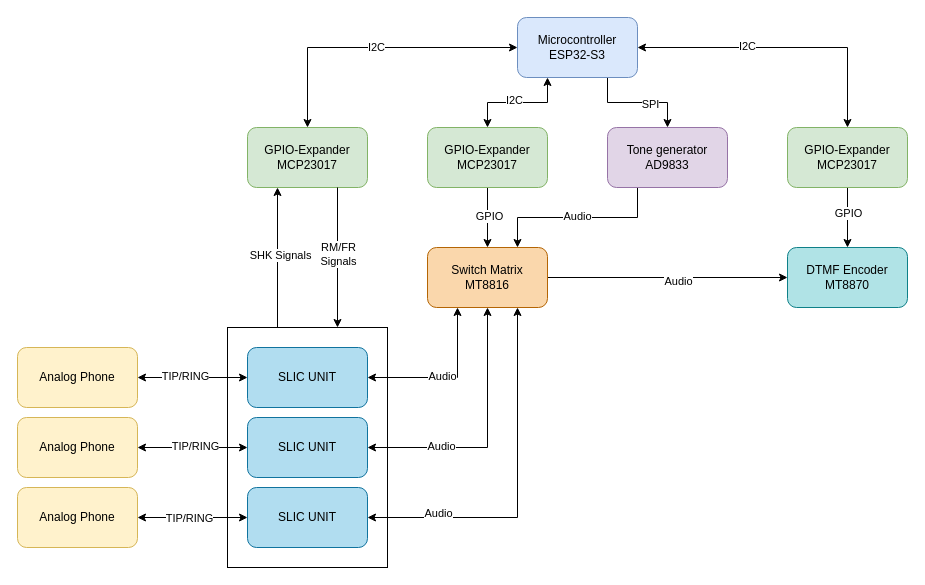
The draw.io diagram docs/Block Diagram Hardware.drawio in ondfrukt/Phone-exchange, before the edit. Source tidied: cells renumbered, new cells numbered last; positions are measured from the earlier drawing's top-left corner, leaving out a move shared by most shapes. Both pictures are drawn from the tidied source at 100%, with x=0, y=0 at pixel (17, 17).
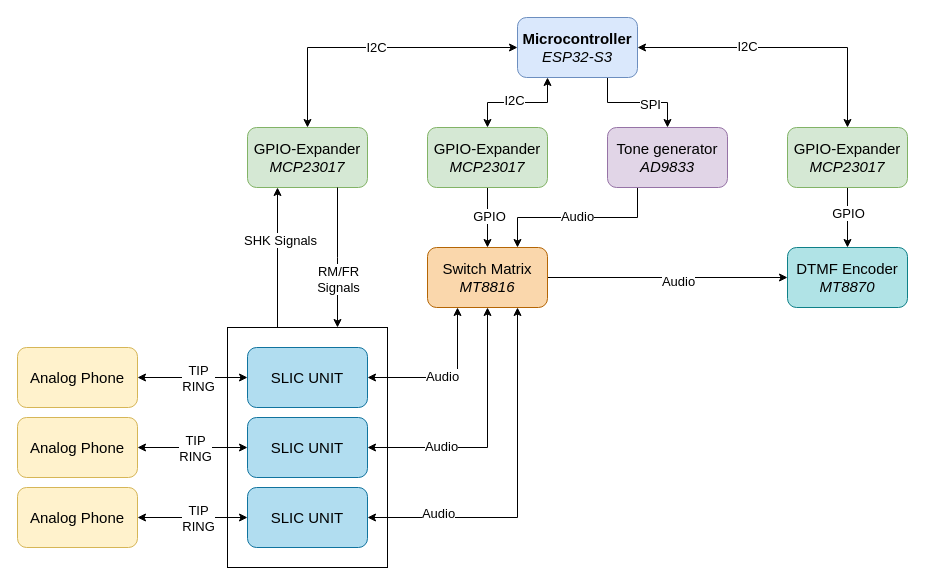
Above is the later version.

Unchanged cells that the change refers to:
```xml
<mxCell id="3" style="edgeStyle=orthogonalEdgeStyle;rounded=0;jettySize=auto;html=1;exitX=0;exitY=0.5;exitDx=0;exitDy=0;startArrow=classic;startFill=1;" parent="1" edge="1" source="11" target="14">
  <mxGeometry relative="1" as="geometry" />
</mxCell>
<mxCell id="5" style="edgeStyle=orthogonalEdgeStyle;rounded=0;jettySize=auto;html=1;exitX=0.25;exitY=1;exitDx=0;exitDy=0;entryX=0.5;entryY=0;entryDx=0;entryDy=0;startArrow=classic;startFill=1;" parent="1" edge="1" source="11" target="17">
  <mxGeometry relative="1" as="geometry" />
</mxCell>
<mxCell id="7" style="edgeStyle=orthogonalEdgeStyle;rounded=0;jettySize=auto;html=1;exitX=1;exitY=0.5;exitDx=0;exitDy=0;entryX=0.5;entryY=0;entryDx=0;entryDy=0;startArrow=classic;startFill=1;" parent="1" edge="1" source="11" target="37">
  <mxGeometry relative="1" as="geometry" />
</mxCell>
<mxCell id="9" style="edgeStyle=orthogonalEdgeStyle;rounded=0;jettySize=auto;html=1;exitX=0.75;exitY=1;exitDx=0;exitDy=0;entryX=0.5;entryY=0;entryDx=0;entryDy=0;" parent="1" edge="1" source="11" target="34">
  <mxGeometry relative="1" as="geometry" />
</mxCell>
<mxCell id="12" style="edgeStyle=orthogonalEdgeStyle;rounded=0;jettySize=auto;html=1;exitX=0.25;exitY=1;exitDx=0;exitDy=0;startArrow=classic;startFill=1;endArrow=none;endFill=0;entryX=0.25;entryY=0;entryDx=0;entryDy=0;" parent="1" edge="1" source="14" target="2">
  <mxGeometry relative="1" as="geometry">
    <Array as="points">
      <mxPoint x="260" y="310" />
    </Array>
  </mxGeometry>
</mxCell>
<mxCell id="15" style="edgeStyle=orthogonalEdgeStyle;rounded=0;jettySize=auto;html=1;exitX=0.5;exitY=1;exitDx=0;exitDy=0;entryX=0.5;entryY=0;entryDx=0;entryDy=0;" parent="1" edge="1" source="17" target="31">
  <mxGeometry relative="1" as="geometry" />
</mxCell>
<mxCell id="19" style="edgeStyle=orthogonalEdgeStyle;rounded=0;jettySize=auto;html=1;exitX=1;exitY=0.5;exitDx=0;exitDy=0;entryX=0.75;entryY=1;entryDx=0;entryDy=0;startArrow=classic;startFill=1;" parent="1" edge="1" source="21" target="31">
  <mxGeometry relative="1" as="geometry" />
</mxCell>
<mxCell id="22" style="edgeStyle=orthogonalEdgeStyle;rounded=0;jettySize=auto;html=1;exitX=1;exitY=0.5;exitDx=0;exitDy=0;entryX=0.5;entryY=1;entryDx=0;entryDy=0;startArrow=classic;startFill=1;" parent="1" edge="1" source="26" target="31">
  <mxGeometry relative="1" as="geometry" />
</mxCell>
<mxCell id="24" style="edgeStyle=orthogonalEdgeStyle;rounded=0;jettySize=auto;html=1;exitX=0.75;exitY=1;exitDx=0;exitDy=0;" parent="1" edge="1" source="14">
  <mxGeometry relative="1" as="geometry">
    <mxPoint x="320" y="310" as="targetPoint" />
  </mxGeometry>
</mxCell>
<mxCell id="27" style="edgeStyle=orthogonalEdgeStyle;rounded=0;jettySize=auto;html=1;exitX=1;exitY=0.5;exitDx=0;exitDy=0;entryX=0;entryY=0.5;entryDx=0;entryDy=0;" parent="1" edge="1" source="31" target="18">
  <mxGeometry relative="1" as="geometry" />
</mxCell>
<mxCell id="29" style="edgeStyle=orthogonalEdgeStyle;rounded=0;jettySize=auto;html=1;exitX=0.25;exitY=1;exitDx=0;exitDy=0;entryX=1;entryY=0.5;entryDx=0;entryDy=0;startArrow=classic;startFill=1;" parent="1" edge="1" source="31" target="44">
  <mxGeometry relative="1" as="geometry" />
</mxCell>
<mxCell id="32" style="edgeStyle=orthogonalEdgeStyle;rounded=0;jettySize=auto;html=1;exitX=0.25;exitY=1;exitDx=0;exitDy=0;entryX=0.75;entryY=0;entryDx=0;entryDy=0;" parent="1" edge="1" source="34" target="31">
  <mxGeometry relative="1" as="geometry" />
</mxCell>
<mxCell id="35" style="edgeStyle=orthogonalEdgeStyle;rounded=0;jettySize=auto;html=1;exitX=0.5;exitY=1;exitDx=0;exitDy=0;" parent="1" edge="1" source="37" target="18">
  <mxGeometry relative="1" as="geometry" />
</mxCell>
<mxCell id="38" style="edgeStyle=orthogonalEdgeStyle;rounded=0;jettySize=auto;html=1;exitX=1;exitY=0.5;exitDx=0;exitDy=0;entryX=0;entryY=0.5;entryDx=0;entryDy=0;startArrow=classic;startFill=1;" parent="1" edge="1" source="40" target="26">
  <mxGeometry relative="1" as="geometry" />
</mxCell>
<mxCell id="41" style="edgeStyle=orthogonalEdgeStyle;rounded=0;jettySize=auto;html=1;exitX=1;exitY=0.5;exitDx=0;exitDy=0;entryX=0;entryY=0.5;entryDx=0;entryDy=0;startArrow=classic;startFill=1;" parent="1" edge="1" source="43" target="21">
  <mxGeometry relative="1" as="geometry" />
</mxCell>
<mxCell id="45" style="edgeStyle=orthogonalEdgeStyle;rounded=0;jettySize=auto;html=1;exitX=1;exitY=0.5;exitDx=0;exitDy=0;entryX=0;entryY=0.5;entryDx=0;entryDy=0;startArrow=classic;startFill=1;" parent="1" edge="1" source="47" target="44">
  <mxGeometry relative="1" as="geometry" />
</mxCell>
```

The edit, as a diff of the source:
```diff
@@
-    <mxCell id="4" value="I2C" style="edgeLabel;html=1;align=center;verticalAlign=middle;" parent="3" vertex="1">
+    <mxCell id="4" value="I2C" style="edgeLabel;html=1;align=center;verticalAlign=middle;fontSize=13;" parent="3" vertex="1">
       <mxGeometry x="-0.02" y="-1" relative="1" as="geometry" />
     </mxCell>
@@
-    <mxCell id="6" value="I2C" style="edgeLabel;html=1;align=center;verticalAlign=middle;" parent="5" vertex="1">
+    <mxCell id="6" value="I2C" style="edgeLabel;html=1;align=center;verticalAlign=middle;fontSize=13;" parent="5" vertex="1">
       <mxGeometry x="0.07" y="-3" relative="1" as="geometry" />
     </mxCell>
@@
-    <mxCell id="8" value="I2C" style="edgeLabel;html=1;align=center;verticalAlign=middle;" parent="7" vertex="1">
+    <mxCell id="8" value="I2C" style="edgeLabel;html=1;align=center;verticalAlign=middle;fontSize=13;" parent="7" vertex="1">
       <mxGeometry x="-0.25" y="2" relative="1" as="geometry" />
     </mxCell>
@@
-    <mxCell id="10" value="SPI" style="edgeLabel;html=1;align=center;verticalAlign=middle;" parent="9" vertex="1">
+    <mxCell id="10" value="SPI" style="edgeLabel;html=1;align=center;verticalAlign=middle;fontSize=13;" parent="9" vertex="1">
       <mxGeometry x="0.22" y="-1" relative="1" as="geometry" />
     </mxCell>
-    <mxCell id="11" value="Microcontroller&lt;br&gt;ESP32-S3" style="rounded=1;whiteSpace=wrap;html=1;fillColor=#dae8fc;strokeColor=#6c8ebf;" parent="1" vertex="1">
+    <mxCell id="11" value="&lt;b&gt;Microcontroller&lt;/b&gt;&lt;br&gt;&lt;i&gt;ESP32-S3&lt;/i&gt;" style="rounded=1;whiteSpace=wrap;html=1;fillColor=#dae8fc;strokeColor=#6c8ebf;fontSize=15;" parent="1" vertex="1">
       <mxGeometry x="500" width="120" height="60" as="geometry" />
     </mxCell>
@@
-    <mxCell id="13" value="SHK Signals" style="edgeLabel;html=1;align=center;verticalAlign=middle;" parent="12" vertex="1">
-      <mxGeometry x="-0.11" y="2" relative="1" as="geometry" />
+    <mxCell id="13" value="SHK Signals" style="edgeLabel;html=1;align=center;verticalAlign=middle;fontSize=13;" parent="12" vertex="1">
+      <mxGeometry x="-0.11" y="2" relative="1" as="geometry">
+        <mxPoint y="-15" as="offset" />
+      </mxGeometry>
     </mxCell>
-    <mxCell id="14" value="GPIO-Expander&lt;br&gt;MCP23017" style="rounded=1;whiteSpace=wrap;html=1;fillColor=#d5e8d4;strokeColor=#82b366;" parent="1" vertex="1">
+    <mxCell id="14" value="GPIO-Expander&lt;br&gt;&lt;i&gt;MCP23017&lt;/i&gt;" style="rounded=1;whiteSpace=wrap;html=1;fillColor=#d5e8d4;strokeColor=#82b366;fontSize=15;" parent="1" vertex="1">
       <mxGeometry x="230" y="110" width="120" height="60" as="geometry" />
     </mxCell>
@@
-    <mxCell id="16" value="GPIO" style="edgeLabel;html=1;align=center;verticalAlign=middle;" parent="15" vertex="1">
+    <mxCell id="16" value="GPIO" style="edgeLabel;html=1;align=center;verticalAlign=middle;fontSize=13;" parent="15" vertex="1">
       <mxGeometry x="-0.08" y="1" relative="1" as="geometry" />
     </mxCell>
-    <mxCell id="17" value="GPIO-Expander&lt;br&gt;MCP23017" style="rounded=1;whiteSpace=wrap;html=1;fillColor=#d5e8d4;strokeColor=#82b366;" parent="1" vertex="1">
+    <mxCell id="17" value="GPIO-Expander&lt;br&gt;&lt;i&gt;MCP23017&lt;/i&gt;" style="rounded=1;whiteSpace=wrap;html=1;fillColor=#d5e8d4;strokeColor=#82b366;fontSize=15;" parent="1" vertex="1">
       <mxGeometry x="410" y="110" width="120" height="60" as="geometry" />
     </mxCell>
-    <mxCell id="18" value="DTMF Encoder&lt;br&gt;MT8870" style="rounded=1;whiteSpace=wrap;html=1;fillColor=#b0e3e6;strokeColor=#0e8088;" parent="1" vertex="1">
+    <mxCell id="18" value="DTMF Encoder&lt;br&gt;&lt;i&gt;MT8870&lt;/i&gt;" style="rounded=1;whiteSpace=wrap;html=1;fillColor=#b0e3e6;strokeColor=#0e8088;fontSize=15;" parent="1" vertex="1">
       <mxGeometry x="770" y="230" width="120" height="60" as="geometry" />
     </mxCell>
@@
-    <mxCell id="20" value="Audio" style="edgeLabel;html=1;align=center;verticalAlign=middle;" parent="19" vertex="1">
+    <mxCell id="20" value="Audio" style="edgeLabel;html=1;align=center;verticalAlign=middle;fontSize=13;" parent="19" vertex="1">
       <mxGeometry x="0.05" y="4" relative="1" as="geometry">
         <mxPoint x="-76" y="34" as="offset" />
       </mxGeometry>
     </mxCell>
-    <mxCell id="21" value="SLIC UNIT" style="rounded=1;whiteSpace=wrap;html=1;fillColor=#b1ddf0;strokeColor=#10739e;" parent="1" vertex="1">
+    <mxCell id="21" value="SLIC UNIT" style="rounded=1;whiteSpace=wrap;html=1;fillColor=#b1ddf0;strokeColor=#10739e;fontSize=15;" parent="1" vertex="1">
       <mxGeometry x="230" y="470" width="120" height="60" as="geometry" />
     </mxCell>
@@
-    <mxCell id="23" value="Audio" style="edgeLabel;html=1;align=center;verticalAlign=middle;" parent="22" vertex="1">
+    <mxCell id="23" value="Audio" style="edgeLabel;html=1;align=center;verticalAlign=middle;fontSize=13;" parent="22" vertex="1">
       <mxGeometry x="-0.06" relative="1" as="geometry">
         <mxPoint x="-47" as="offset" />
       </mxGeometry>
     </mxCell>
@@
-    <mxCell id="25" value="RM/FR&lt;br&gt;Signals" style="edgeLabel;html=1;align=center;verticalAlign=middle;" parent="24" vertex="1">
-      <mxGeometry x="-0.06" relative="1" as="geometry" />
+    <mxCell id="25" value="RM/FR&lt;br&gt;Signals" style="edgeLabel;html=1;align=center;verticalAlign=middle;fontSize=13;" parent="24" vertex="1">
+      <mxGeometry x="-0.06" relative="1" as="geometry">
+        <mxPoint y="25" as="offset" />
+      </mxGeometry>
     </mxCell>
-    <mxCell id="26" value="SLIC UNIT" style="rounded=1;whiteSpace=wrap;html=1;fillColor=#b1ddf0;strokeColor=#10739e;" parent="1" vertex="1">
+    <mxCell id="26" value="SLIC UNIT" style="rounded=1;whiteSpace=wrap;html=1;fillColor=#b1ddf0;strokeColor=#10739e;fontSize=15;" parent="1" vertex="1">
       <mxGeometry x="230" y="400" width="120" height="60" as="geometry" />
     </mxCell>
@@
-    <mxCell id="28" value="Audio" style="edgeLabel;html=1;align=center;verticalAlign=middle;" parent="27" vertex="1">
+    <mxCell id="28" value="Audio" style="edgeLabel;html=1;align=center;verticalAlign=middle;fontSize=13;" parent="27" vertex="1">
       <mxGeometry x="0.08" y="-3" relative="1" as="geometry" />
     </mxCell>
@@
-    <mxCell id="30" value="Audio" style="edgeLabel;html=1;align=center;verticalAlign=middle;" parent="29" vertex="1">
+    <mxCell id="30" value="Audio" style="edgeLabel;html=1;align=center;verticalAlign=middle;fontSize=13;" parent="29" vertex="1">
       <mxGeometry x="0.07" y="-2" relative="1" as="geometry" />
     </mxCell>
-    <mxCell id="31" value="&lt;div style=&quot;&quot;&gt;Switch Matrix&lt;/div&gt;&lt;div style=&quot;&quot;&gt;MT8816&lt;/div&gt;" style="rounded=1;whiteSpace=wrap;html=1;fillColor=#fad7ac;strokeColor=#b46504;align=center;" parent="1" vertex="1">
+    <mxCell id="31" value="&lt;div&gt;Switch Matrix&lt;/div&gt;&lt;div&gt;&lt;i&gt;MT8816&lt;/i&gt;&lt;/div&gt;" style="rounded=1;whiteSpace=wrap;html=1;fillColor=#fad7ac;strokeColor=#b46504;align=center;fontSize=15;" parent="1" vertex="1">
       <mxGeometry x="410" y="230" width="120" height="60" as="geometry" />
     </mxCell>
@@
-    <mxCell id="33" value="Audio" style="edgeLabel;html=1;align=center;verticalAlign=middle;" parent="32" vertex="1">
+    <mxCell id="33" value="Audio" style="edgeLabel;html=1;align=center;verticalAlign=middle;fontSize=13;" parent="32" vertex="1">
       <mxGeometry x="-0.19" y="-2" relative="1" as="geometry">
         <mxPoint x="-18" as="offset" />
       </mxGeometry>
     </mxCell>
-    <mxCell id="34" value="Tone generator&lt;div&gt;AD9833&lt;/div&gt;" style="rounded=1;whiteSpace=wrap;html=1;fillColor=#e1d5e7;strokeColor=#9673a6;" parent="1" vertex="1">
+    <mxCell id="34" value="Tone generator&lt;div&gt;&lt;i&gt;AD9833&lt;/i&gt;&lt;/div&gt;" style="rounded=1;whiteSpace=wrap;html=1;fillColor=#e1d5e7;strokeColor=#9673a6;fontSize=15;" parent="1" vertex="1">
       <mxGeometry x="590" y="110" width="120" height="60" as="geometry" />
     </mxCell>
@@
-    <mxCell id="36" value="GPIO" style="edgeLabel;html=1;align=center;verticalAlign=middle;" parent="35" vertex="1">
+    <mxCell id="36" value="GPIO" style="edgeLabel;html=1;align=center;verticalAlign=middle;fontSize=13;" parent="35" vertex="1">
       <mxGeometry x="-0.16" y="-5" relative="1" as="geometry">
         <mxPoint x="5" as="offset" />
       </mxGeometry>
     </mxCell>
-    <mxCell id="37" value="GPIO-Expander&lt;br&gt;MCP23017" style="rounded=1;whiteSpace=wrap;html=1;fillColor=#d5e8d4;strokeColor=#82b366;" parent="1" vertex="1">
+    <mxCell id="37" value="&lt;font&gt;GPIO-Expander&lt;br&gt;&lt;i&gt;MCP23017&lt;/i&gt;&lt;/font&gt;" style="rounded=1;whiteSpace=wrap;html=1;fillColor=#d5e8d4;strokeColor=#82b366;fontSize=15;" parent="1" vertex="1">
       <mxGeometry x="770" y="110" width="120" height="60" as="geometry" />
     </mxCell>
@@
-    <mxCell id="39" value="TIP/RING" style="edgeLabel;html=1;align=center;verticalAlign=middle;" parent="38" vertex="1">
-      <mxGeometry x="0.04" y="2" relative="1" as="geometry" />
+    <mxCell id="39" value="TIP&lt;div&gt;RING&lt;/div&gt;" style="edgeLabel;html=1;align=center;verticalAlign=middle;fontSize=13;" parent="38" vertex="1">
+      <mxGeometry x="0.04" y="2" relative="1" as="geometry">
+        <mxPoint y="2" as="offset" />
+      </mxGeometry>
     </mxCell>
-    <mxCell id="40" value="Analog Phone" style="rounded=1;whiteSpace=wrap;html=1;fillColor=#fff2cc;strokeColor=#d6b656;" parent="1" vertex="1">
+    <mxCell id="40" value="&lt;font&gt;Analog Phone&lt;/font&gt;" style="rounded=1;whiteSpace=wrap;html=1;fillColor=#fff2cc;strokeColor=#d6b656;fontSize=15;" parent="1" vertex="1">
       <mxGeometry y="400" width="120" height="60" as="geometry" />
     </mxCell>
@@
-    <mxCell id="42" value="TIP/RING" style="edgeLabel;html=1;align=center;verticalAlign=middle;" parent="41" vertex="1">
-      <mxGeometry x="-0.07" relative="1" as="geometry" />
+    <mxCell id="42" value="TIP&lt;div&gt;RING&lt;/div&gt;" style="edgeLabel;html=1;align=center;verticalAlign=middle;fontSize=13;" parent="41" vertex="1">
+      <mxGeometry x="-0.07" relative="1" as="geometry">
+        <mxPoint x="9" as="offset" />
+      </mxGeometry>
     </mxCell>
-    <mxCell id="43" value="Analog Phone" style="rounded=1;whiteSpace=wrap;html=1;fillColor=#fff2cc;strokeColor=#d6b656;" parent="1" vertex="1">
+    <mxCell id="43" value="Analog Phone" style="rounded=1;whiteSpace=wrap;html=1;fillColor=#fff2cc;strokeColor=#d6b656;fontSize=15;" parent="1" vertex="1">
       <mxGeometry y="470" width="120" height="60" as="geometry" />
     </mxCell>
-    <mxCell id="44" value="SLIC UNIT" style="rounded=1;whiteSpace=wrap;html=1;fillColor=#b1ddf0;strokeColor=#10739e;" parent="1" vertex="1">
+    <mxCell id="44" value="SLIC UNIT" style="rounded=1;whiteSpace=wrap;html=1;fillColor=#b1ddf0;strokeColor=#10739e;fontSize=15;" parent="1" vertex="1">
       <mxGeometry x="230" y="330" width="120" height="60" as="geometry" />
     </mxCell>
@@
-    <mxCell id="46" value="TIP/RING" style="edgeLabel;html=1;align=center;verticalAlign=middle;" parent="45" vertex="1">
-      <mxGeometry x="-0.15" y="2" relative="1" as="geometry" />
+    <mxCell id="46" value="TIP&lt;div&gt;RING&lt;/div&gt;" style="edgeLabel;html=1;align=center;verticalAlign=middle;fontSize=13;" parent="45" vertex="1">
+      <mxGeometry x="-0.15" y="2" relative="1" as="geometry">
+        <mxPoint x="13" y="2" as="offset" />
+      </mxGeometry>
     </mxCell>
-    <mxCell id="47" value="Analog Phone" style="rounded=1;whiteSpace=wrap;html=1;fillColor=#fff2cc;strokeColor=#d6b656;" parent="1" vertex="1">
+    <mxCell id="47" value="&lt;font&gt;Analog Phone&lt;/font&gt;" style="rounded=1;whiteSpace=wrap;html=1;fillColor=#fff2cc;strokeColor=#d6b656;fontSize=15;" parent="1" vertex="1">
       <mxGeometry y="330" width="120" height="60" as="geometry" />
     </mxCell>
```
